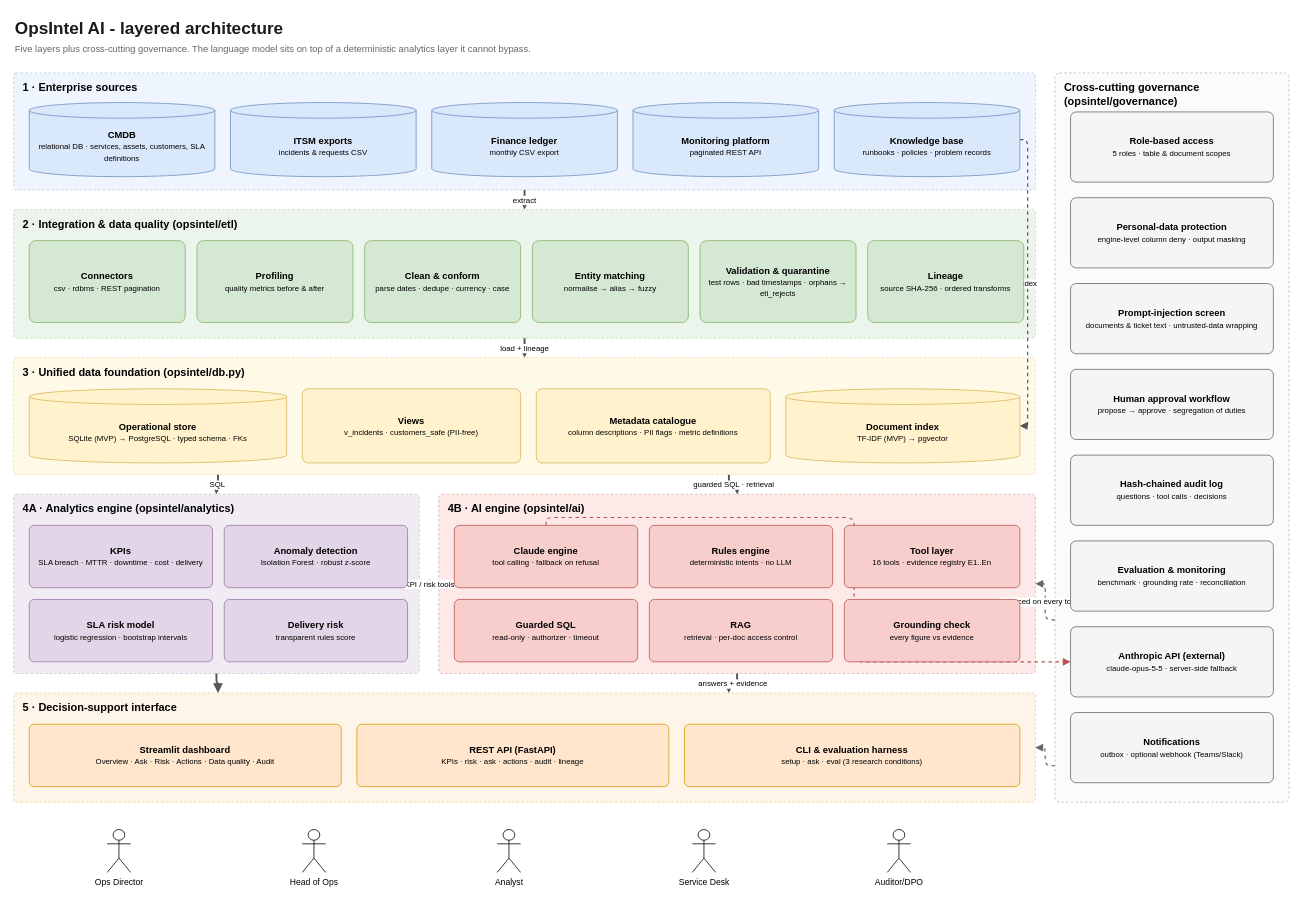
Earlier version of the draw.io diagram page "1 Architecture" (1 of 10) of docs/diagrams/opsintel_architecture.drawio (Temmytope-seun/opsintel). Source tidied: cells renumbered, new cells numbered last; positions are measured from the earlier drawing's top-left corner, leaving out a move shared by most shapes. Both pictures are drawn from the tidied source at 78%, with x=0, y=0 at pixel (13, 13).
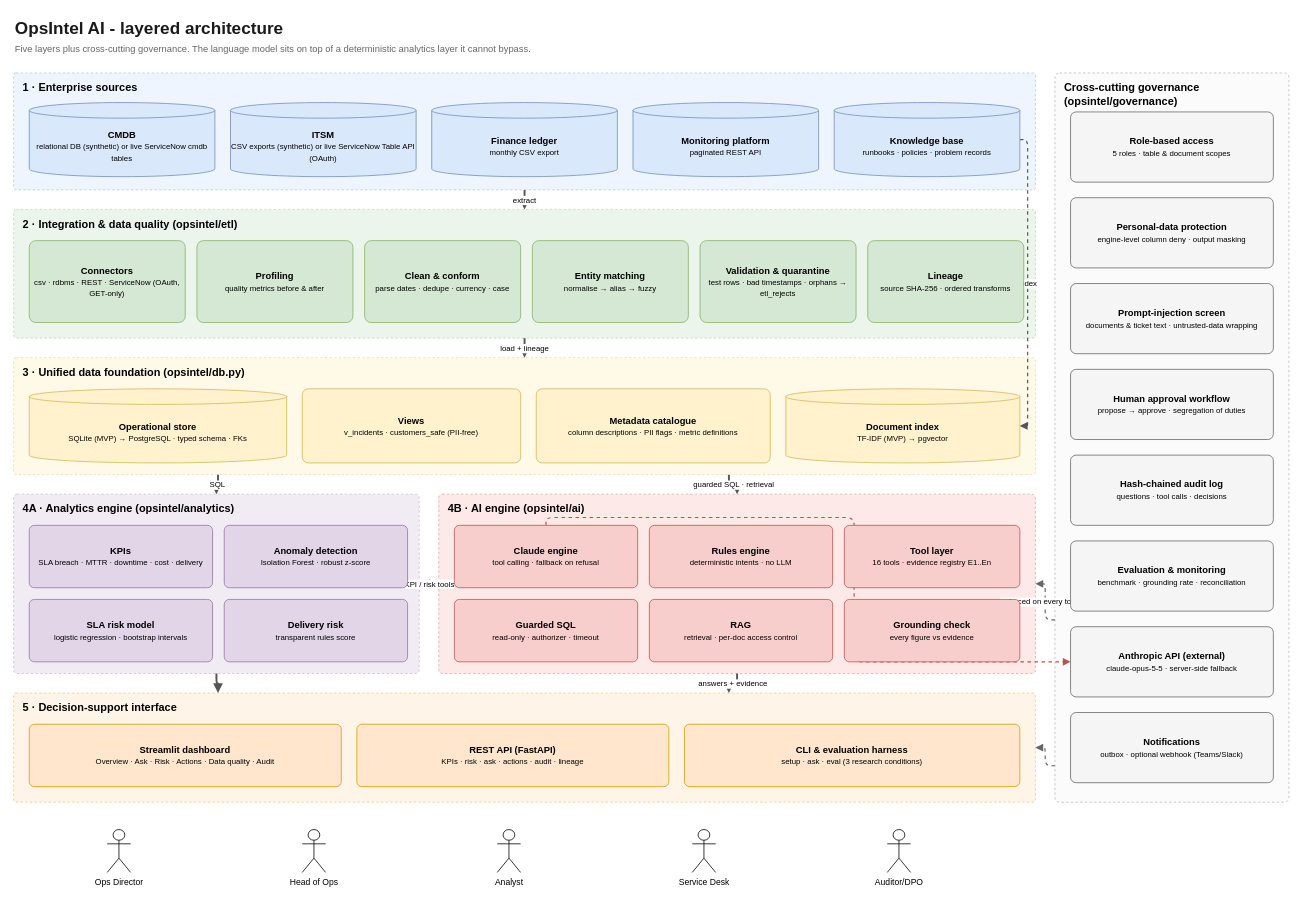
Above is the later version.

Diff of the diagram source:
```diff
@@
-    <mxCell id="22" value="&lt;b&gt;CMDB&lt;/b&gt;&lt;br&gt;&lt;font style='font-size:10px'&gt;relational DB · services, assets, customers, SLA definitions&lt;/font&gt;" style="shape=cylinder3;whiteSpace=wrap;html=1;boundedLbl=1;size=10;fillColor=#dae8fc;strokeColor=#6c8ebf;fontFamily=Helvetica;fontSize=12;fontSize=12;" parent="1" vertex="1">
+    <mxCell id="22" value="&lt;b&gt;CMDB&lt;/b&gt;&lt;br&gt;&lt;font style='font-size:10px'&gt;relational DB (synthetic) or live ServiceNow cmdb tables&lt;/font&gt;" style="shape=cylinder3;whiteSpace=wrap;html=1;boundedLbl=1;size=10;fillColor=#dae8fc;strokeColor=#6c8ebf;fontFamily=Helvetica;fontSize=12;fontSize=12;" parent="1" vertex="1">
       <mxGeometry x="20" y="114" width="238" height="95" as="geometry" />
     </mxCell>
-    <mxCell id="23" value="&lt;b&gt;ITSM exports&lt;/b&gt;&lt;br&gt;&lt;font style='font-size:10px'&gt;incidents &amp; requests CSV&lt;/font&gt;" style="shape=cylinder3;whiteSpace=wrap;html=1;boundedLbl=1;size=10;fillColor=#dae8fc;strokeColor=#6c8ebf;fontFamily=Helvetica;fontSize=12;fontSize=12;" parent="1" vertex="1">
+    <mxCell id="23" value="&lt;b&gt;ITSM&lt;/b&gt;&lt;br&gt;&lt;font style='font-size:10px'&gt;CSV exports (synthetic) or live ServiceNow Table API (OAuth)&lt;/font&gt;" style="shape=cylinder3;whiteSpace=wrap;html=1;boundedLbl=1;size=10;fillColor=#dae8fc;strokeColor=#6c8ebf;fontFamily=Helvetica;fontSize=12;fontSize=12;" parent="1" vertex="1">
       <mxGeometry x="278" y="114" width="238" height="95" as="geometry" />
     </mxCell>
@@
-    <mxCell id="27" value="&lt;b&gt;Connectors&lt;/b&gt;&lt;br&gt;&lt;font style='font-size:10px'&gt;csv · rdbms · REST pagination&lt;/font&gt;" style="rounded=1;whiteSpace=wrap;html=1;fillColor=#d5e8d4;strokeColor=#82b366;fontFamily=Helvetica;fontSize=12;fontSize=12;align=center;verticalAlign=middle;arcSize=8;spacing=6;" parent="1" vertex="1">
+    <mxCell id="27" value="&lt;b&gt;Connectors&lt;/b&gt;&lt;br&gt;&lt;font style='font-size:10px'&gt;csv · rdbms · REST · ServiceNow (OAuth, GET-only)&lt;/font&gt;" style="rounded=1;whiteSpace=wrap;html=1;fillColor=#d5e8d4;strokeColor=#82b366;fontFamily=Helvetica;fontSize=12;fontSize=12;align=center;verticalAlign=middle;arcSize=8;spacing=6;" parent="1" vertex="1">
       <mxGeometry x="20" y="291" width="200" height="105" as="geometry" />
     </mxCell>
```
